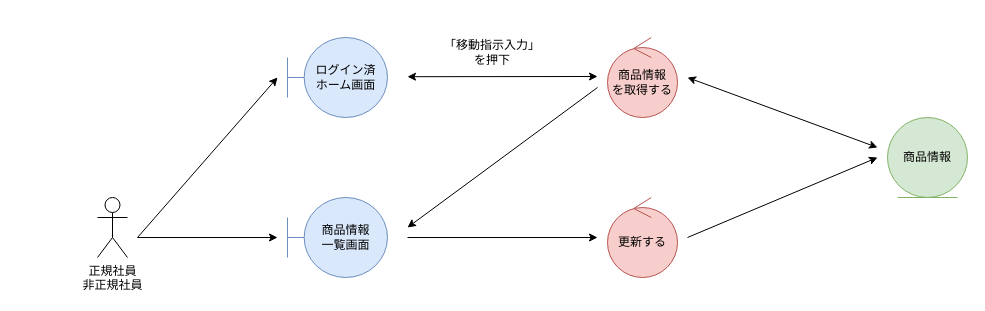
HaruShim/Sotuken keeps this draw.io diagram as page "*移動指示入力" (1 of 6) of 各種設計書/3ロバストネス図/商品情報管理/1.在庫管理.drawio. Above is the earlier version. Source tidied: cells renumbered, new cells numbered last; positions are measured from the earlier drawing's top-left corner, leaving out a move shared by most shapes. Both pictures are drawn from the tidied source at 100%, with x=0, y=0 at pixel (97, 37).
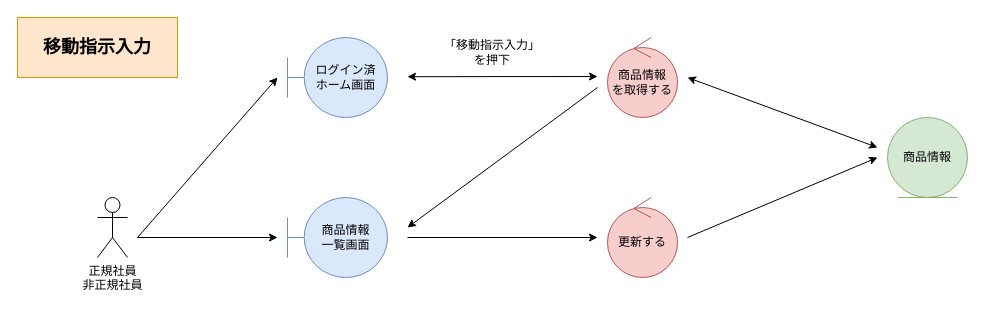
The same page after the edit.

Change to the diagram source:
```diff
@@
+    <mxCell id="16" value="移動指示入力" style="rounded=0;whiteSpace=wrap;html=1;fillColor=#ffe6cc;strokeColor=#d79b00;fontStyle=1;fontSize=18;" parent="1" vertex="1">
+      <mxGeometry x="-80" y="-20" width="160" height="60" as="geometry" />
+    </mxCell>
```
